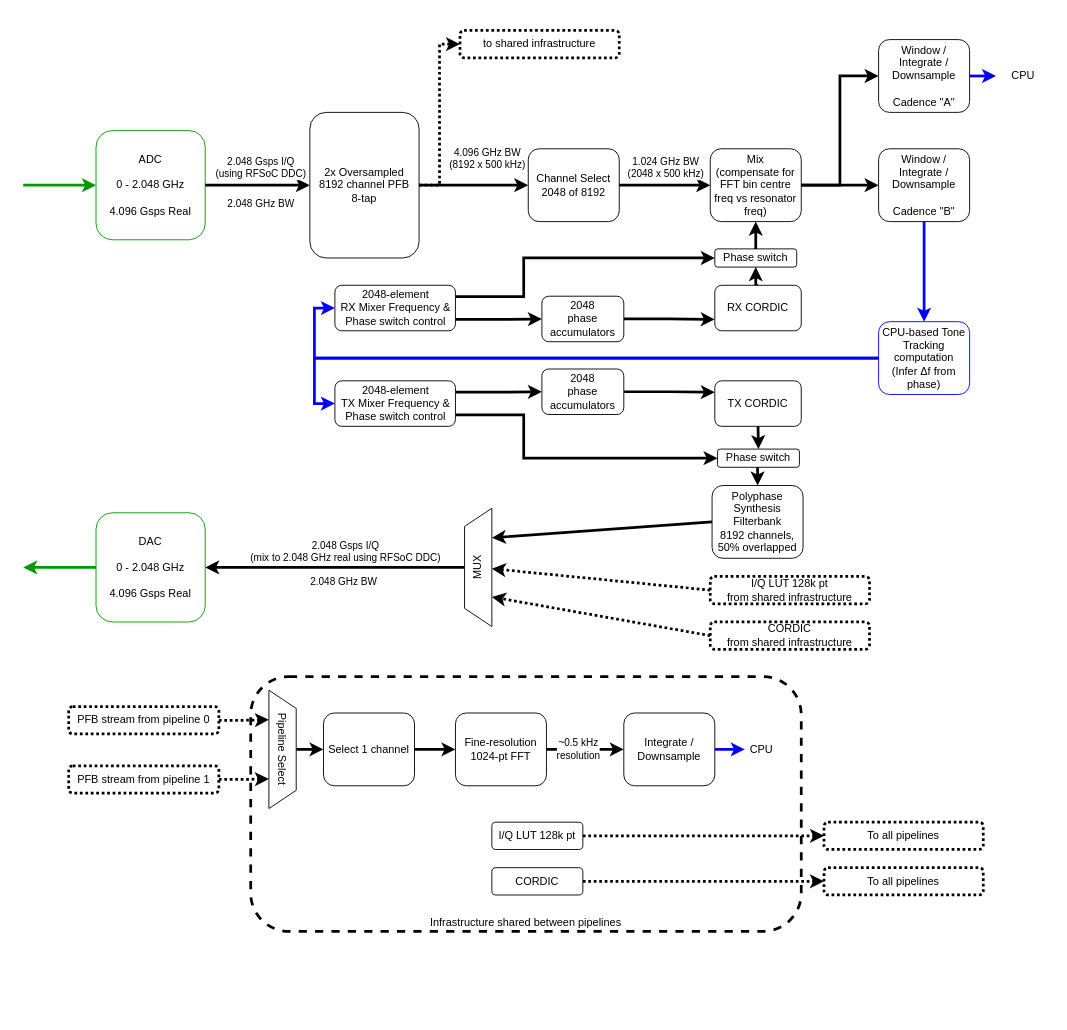
Above: docs/source/_static/figures/SOUK-readout-firmware-v7.drawio in realtimeradio/souk-firmware (draw.io), before the change. Source tidied: cells renumbered, new cells numbered last; positions are measured from the earlier drawing's top-left corner, leaving out a move shared by most shapes. Both pictures are drawn from the tidied source at 91%, with x=0, y=0 at pixel (23, 30).
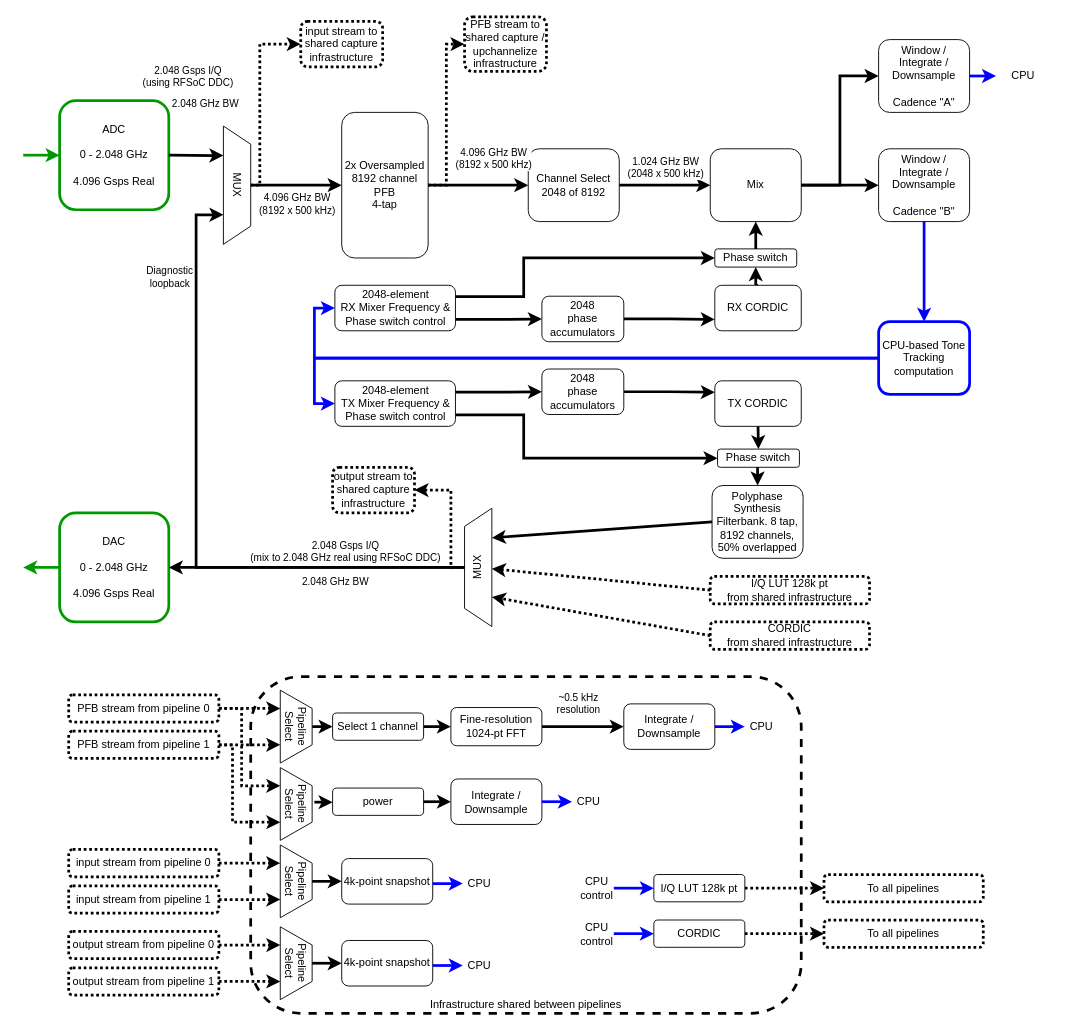
Above is the later version.

Commit message (it also covers changes not shown here):
Update pipeline block diagram

The change refers to these unchanged cells:
```xml
<mxCell id="45" value="MUX" style="shape=trapezoid;perimeter=trapezoidPerimeter;whiteSpace=wrap;html=1;fixedSize=1;rotation=-90;" parent="1" vertex="1">
  <mxGeometry x="435" y="575" width="130" height="30" as="geometry" />
</mxCell>
```

What changed in the source:
```diff
@@
     <mxCell id="2" value="&lt;div&gt;Infrastructure shared between pipelines&lt;/div&gt;" style="rounded=1;whiteSpace=wrap;html=1;strokeWidth=3;dashed=1;verticalAlign=bottom;" parent="1" vertex="1">
-      <mxGeometry x="250" y="710" width="605" height="280" as="geometry" />
+      <mxGeometry x="250" y="710" width="605" height="370" as="geometry" />
     </mxCell>
@@
-    <mxCell id="4" value="&lt;div&gt;2x Oversampled&lt;/div&gt;&lt;div&gt;8192 channel PFB&lt;/div&gt;&lt;div&gt;8-tap&lt;br&gt;&lt;/div&gt;" style="rounded=1;whiteSpace=wrap;html=1;" parent="1" vertex="1">
-      <mxGeometry x="315" y="90" width="120" height="160" as="geometry" />
+    <mxCell id="4" value="&lt;div&gt;2x Oversampled&lt;/div&gt;&lt;div&gt;8192 channel PFB&lt;/div&gt;&lt;div&gt;4-tap&lt;br&gt;&lt;/div&gt;" style="rounded=1;whiteSpace=wrap;html=1;" parent="1" vertex="1">
+      <mxGeometry x="350" y="90" width="95" height="160" as="geometry" />
     </mxCell>
@@
-    <mxCell id="6" value="&lt;div&gt;ADC&lt;/div&gt;&lt;div&gt;&lt;br&gt;&lt;/div&gt;&lt;div&gt;0 - 2.048 GHz&lt;/div&gt;&lt;div&gt;&lt;br&gt;&lt;/div&gt;&lt;div&gt;4.096 Gsps Real&lt;br&gt;&lt;/div&gt;" style="rounded=1;whiteSpace=wrap;html=1;strokeColor=#009900;" parent="1" vertex="1">
-      <mxGeometry x="80" y="110" width="120" height="120" as="geometry" />
+    <mxCell id="6" value="&lt;div&gt;ADC&lt;/div&gt;&lt;div&gt;&lt;br&gt;&lt;/div&gt;&lt;div&gt;0 - 2.048 GHz&lt;/div&gt;&lt;div&gt;&lt;br&gt;&lt;/div&gt;&lt;div&gt;4.096 Gsps Real&lt;br&gt;&lt;/div&gt;" style="rounded=1;whiteSpace=wrap;html=1;strokeColor=#009900;strokeWidth=3;" parent="1" vertex="1">
+      <mxGeometry x="40" y="77" width="120" height="120" as="geometry" />
     </mxCell>
-    <mxCell id="7" style="endArrow=classic;html=1;rounded=0;exitX=1;exitY=0.5;exitDx=0;exitDy=0;entryX=0;entryY=0.5;entryDx=0;entryDy=0;strokeWidth=3;" parent="1" edge="1" source="6" target="4">
+    <mxCell id="7" style="endArrow=classic;html=1;rounded=0;exitX=1;exitY=0.5;exitDx=0;exitDy=0;strokeWidth=3;entryX=0.25;entryY=1;entryDx=0;entryDy=0;" parent="1" edge="1" source="6" target="81">
       <mxGeometry relative="1" as="geometry" />
     </mxCell>
     <mxCell id="8" value="&lt;div&gt;2.048 Gsps I/Q&lt;/div&gt;&lt;div&gt;(using RFSoC DDC)&lt;br&gt;&lt;/div&gt;" style="edgeLabel;html=1;align=center;verticalAlign=middle;" parent="7" vertex="1">
       <mxGeometry x="-0.43" y="1" relative="1" as="geometry">
-        <mxPoint x="27" y="-19" as="offset" />
+        <mxPoint x="3" y="-86" as="offset" />
       </mxGeometry>
     </mxCell>
     <mxCell id="9" value="&lt;div&gt;2.048 GHz BW&lt;/div&gt;" style="edgeLabel;html=1;align=center;verticalAlign=middle;" parent="7" vertex="1">
       <mxGeometry x="0.5" relative="1" as="geometry">
-        <mxPoint x="-26" y="20" as="offset" />
+        <mxPoint x="-5" y="-57" as="offset" />
       </mxGeometry>
     </mxCell>
+    <mxCell id="76" value="&lt;div&gt;Diagnostic&lt;/div&gt;&lt;div&gt;loopback&lt;/div&gt;" style="edgeLabel;html=1;align=center;verticalAlign=middle;" parent="7" vertex="1">
+      <mxGeometry x="-0.43" y="1" relative="1" as="geometry">
+        <mxPoint x="-17" y="134" as="offset" />
+      </mxGeometry>
+    </mxCell>
@@
-    <mxCell id="13" value="&lt;div&gt;Mix&lt;/div&gt;&lt;div&gt;(compensate for FFT bin centre freq vs resonator freq)&lt;br&gt;&lt;/div&gt;" style="rounded=1;whiteSpace=wrap;html=1;" parent="1" vertex="1">
+    <mxCell id="13" value="&lt;div&gt;Mix&lt;/div&gt;" style="rounded=1;whiteSpace=wrap;html=1;" parent="1" vertex="1">
       <mxGeometry x="755" y="130" width="100" height="80" as="geometry" />
     </mxCell>
@@
-    <mxCell id="27" value="&lt;div&gt;DAC&lt;/div&gt;&lt;div&gt;&lt;br&gt;&lt;/div&gt;&lt;div&gt;0 - 2.048 GHz&lt;/div&gt;&lt;div&gt;&lt;br&gt;&lt;/div&gt;&lt;div&gt;4.096 Gsps Real&lt;br&gt;&lt;/div&gt;" style="rounded=1;whiteSpace=wrap;html=1;strokeColor=#009900;" parent="1" vertex="1">
-      <mxGeometry x="80" y="530" width="120" height="120" as="geometry" />
+    <mxCell id="27" value="&lt;div&gt;DAC&lt;/div&gt;&lt;div&gt;&lt;br&gt;&lt;/div&gt;&lt;div&gt;0 - 2.048 GHz&lt;/div&gt;&lt;div&gt;&lt;br&gt;&lt;/div&gt;&lt;div&gt;4.096 Gsps Real&lt;br&gt;&lt;/div&gt;" style="rounded=1;whiteSpace=wrap;html=1;strokeColor=#009900;strokeWidth=3;" parent="1" vertex="1">
+      <mxGeometry x="40" y="530" width="120" height="120" as="geometry" />
     </mxCell>
@@
-    <mxCell id="30" value="&lt;div&gt;CPU-based Tone Tracking computation&lt;/div&gt;&lt;div&gt;(Infer Δf from phase)&lt;br&gt;&lt;/div&gt;" style="rounded=1;whiteSpace=wrap;html=1;fillColor=none;strokeColor=#0000FF;" parent="1" vertex="1">
+    <mxCell id="30" value="&lt;div&gt;CPU-based Tone Tracking computation&lt;/div&gt;" style="rounded=1;whiteSpace=wrap;html=1;fillColor=none;strokeColor=#0000FF;strokeWidth=3;" parent="1" vertex="1">
       <mxGeometry x="940" y="320" width="100" height="80" as="geometry" />
     </mxCell>
@@
     <mxCell id="32" value="Select 1 channel" style="rounded=1;whiteSpace=wrap;html=1;strokeWidth=1;" parent="1" vertex="1">
-      <mxGeometry x="330" y="750" width="100" height="80" as="geometry" />
+      <mxGeometry x="340" y="750" width="100" height="30" as="geometry" />
     </mxCell>
     <mxCell id="33" value="&lt;div&gt;~0.5 kHz&lt;/div&gt;&lt;div&gt;resolution&lt;/div&gt;" style="edgeStyle=orthogonalEdgeStyle;rounded=0;jettySize=auto;html=1;exitX=1;exitY=0.5;exitDx=0;exitDy=0;strokeWidth=3;" parent="1" edge="1" source="34" target="36">
-      <mxGeometry x="-0.18" relative="1" as="geometry" />
+      <mxGeometry x="-0.11" y="25" relative="1" as="geometry" />
     </mxCell>
     <mxCell id="34" value="&lt;div&gt;Fine-resolution 1024-pt FFT&lt;br&gt;&lt;/div&gt;" style="rounded=1;whiteSpace=wrap;html=1;strokeWidth=1;" parent="1" vertex="1">
-      <mxGeometry x="475" y="750" width="100" height="80" as="geometry" />
+      <mxGeometry x="470" y="744" width="100" height="42" as="geometry" />
     </mxCell>
@@
     <mxCell id="36" value="Integrate / Downsample" style="rounded=1;whiteSpace=wrap;html=1;strokeWidth=1;" parent="1" vertex="1">
-      <mxGeometry x="660" y="750" width="100" height="80" as="geometry" />
+      <mxGeometry x="660" y="740" width="100" height="50" as="geometry" />
     </mxCell>
@@
-    <mxCell id="38" value="&lt;div&gt;Polyphase Synthesis Filterbank&lt;/div&gt;&lt;div&gt;8192 channels, 50% overlapped&lt;br&gt;&lt;/div&gt;" style="rounded=1;whiteSpace=wrap;html=1;" parent="1" vertex="1">
+    <mxCell id="38" value="&lt;div&gt;Polyphase Synthesis Filterbank. 8 tap,&lt;/div&gt;&lt;div&gt;8192 channels, 50% overlapped&lt;br&gt;&lt;/div&gt;" style="rounded=1;whiteSpace=wrap;html=1;" parent="1" vertex="1">
       <mxGeometry x="757" y="500" width="100" height="80" as="geometry" />
     </mxCell>
@@
     <mxCell id="47" style="endArrow=classic;html=1;rounded=0;entryX=0;entryY=0.5;entryDx=0;entryDy=0;strokeWidth=3;strokeColor=#009900;" parent="1" edge="1" target="6">
       <mxGeometry relative="1" as="geometry">
-        <mxPoint y="170" as="sourcePoint" />
+        <mxPoint y="137" as="sourcePoint" />
       </mxGeometry>
     </mxCell>
@@
     <mxCell id="51" value="I/Q LUT 128k pt" style="rounded=1;whiteSpace=wrap;html=1;strokeWidth=1;" parent="1" vertex="1">
-      <mxGeometry x="515" y="870" width="100" height="30" as="geometry" />
+      <mxGeometry x="693" y="927.5" width="100" height="30" as="geometry" />
     </mxCell>
@@
     <mxCell id="53" value="&lt;div&gt;CORDIC&lt;/div&gt;" style="rounded=1;whiteSpace=wrap;html=1;strokeWidth=1;" parent="1" vertex="1">
-      <mxGeometry x="515" y="920" width="100" height="30" as="geometry" />
+      <mxGeometry x="693" y="977.5" width="100" height="30" as="geometry" />
     </mxCell>
-    <mxCell id="54" value="&lt;div&gt;to shared infrastructure&lt;/div&gt;" style="rounded=1;whiteSpace=wrap;html=1;strokeWidth=3;dashed=1;dashPattern=1 1;" parent="1" vertex="1">
-      <mxGeometry x="480" width="175" height="30" as="geometry" />
+    <mxCell id="54" value="&lt;div&gt;PFB stream to shared capture / upchannelize infrastructure&lt;/div&gt;" style="rounded=1;whiteSpace=wrap;html=1;strokeWidth=3;dashed=1;dashPattern=1 1;" parent="1" vertex="1">
+      <mxGeometry x="485" y="-15" width="90" height="60" as="geometry" />
     </mxCell>
     <mxCell id="55" value="&lt;div&gt;To all pipelines&lt;/div&gt;" style="rounded=1;whiteSpace=wrap;html=1;strokeWidth=3;dashed=1;dashPattern=1 1;" parent="1" vertex="1">
-      <mxGeometry x="880" y="870" width="175" height="30" as="geometry" />
+      <mxGeometry x="880" y="927.5" width="175" height="30" as="geometry" />
     </mxCell>
     <mxCell id="56" value="&lt;div&gt;To all pipelines&lt;/div&gt;" style="rounded=1;whiteSpace=wrap;html=1;strokeWidth=3;dashed=1;dashPattern=1 1;" parent="1" vertex="1">
-      <mxGeometry x="880" y="920" width="175" height="30" as="geometry" />
+      <mxGeometry x="880" y="977.5" width="175" height="30" as="geometry" />
     </mxCell>
@@
     <mxCell id="58" value="&lt;div&gt;PFB stream from pipeline 0&lt;/div&gt;" style="rounded=1;whiteSpace=wrap;html=1;strokeWidth=3;dashed=1;dashPattern=1 1;" parent="1" vertex="1">
-      <mxGeometry x="50" y="743" width="165" height="30" as="geometry" />
+      <mxGeometry x="50" y="730" width="165" height="30" as="geometry" />
     </mxCell>
@@
     <mxCell id="60" value="&lt;div&gt;PFB stream from pipeline 1&lt;/div&gt;" style="rounded=1;whiteSpace=wrap;html=1;strokeWidth=3;dashed=1;dashPattern=1 1;" parent="1" vertex="1">
-      <mxGeometry x="50" y="808" width="165" height="30" as="geometry" />
+      <mxGeometry x="50" y="770" width="165" height="30" as="geometry" />
     </mxCell>
@@
     <mxCell id="62" value="Pipeline Select" style="shape=trapezoid;perimeter=trapezoidPerimeter;whiteSpace=wrap;html=1;fixedSize=1;rotation=90;strokeWidth=1;" parent="1" vertex="1">
-      <mxGeometry x="220" y="775" width="130" height="30" as="geometry" />
+      <mxGeometry x="260" y="747.5" width="80" height="35" as="geometry" />
     </mxCell>
@@
     <mxCell id="75" value="CPU" style="text;html=1;strokeColor=none;fillColor=none;align=center;verticalAlign=middle;whiteSpace=wrap;rounded=0;" parent="1" vertex="1">
-      <mxGeometry x="793" y="775" width="37" height="30" as="geometry" />
+      <mxGeometry x="793" y="750" width="37" height="30" as="geometry" />
     </mxCell>
+    <mxCell id="77" style="edgeStyle=orthogonalEdgeStyle;rounded=0;jettySize=auto;html=1;exitX=0.5;exitY=0;exitDx=0;exitDy=0;entryX=0;entryY=0.5;entryDx=0;entryDy=0;strokeWidth=3;dashed=1;dashPattern=1 1;" parent="1" edge="1" source="81" target="78">
+      <mxGeometry relative="1" as="geometry">
+        <Array as="points">
+          <mxPoint x="260" y="170" />
+          <mxPoint x="260" y="15" />
+          <mxPoint x="305" y="15" />
+        </Array>
+      </mxGeometry>
+    </mxCell>
+    <mxCell id="78" value="&lt;div&gt;input stream to shared capture infrastructure&lt;/div&gt;" style="rounded=1;whiteSpace=wrap;html=1;strokeWidth=3;dashed=1;dashPattern=1 1;" parent="1" vertex="1">
+      <mxGeometry x="305" y="-10" width="90" height="50" as="geometry" />
+    </mxCell>
+    <mxCell id="79" value="&lt;div&gt;output stream to shared capture infrastructure&lt;/div&gt;" style="rounded=1;whiteSpace=wrap;html=1;strokeWidth=3;dashed=1;dashPattern=1 1;" parent="1" vertex="1">
+      <mxGeometry x="340" y="480" width="90" height="50" as="geometry" />
+    </mxCell>
+    <mxCell id="80" style="edgeStyle=orthogonalEdgeStyle;rounded=0;jettySize=auto;html=1;exitX=0.5;exitY=0;exitDx=0;exitDy=0;entryX=1;entryY=0.5;entryDx=0;entryDy=0;strokeWidth=3;dashed=1;dashPattern=1 1;" parent="1" edge="1" source="45" target="79">
+      <mxGeometry relative="1" as="geometry">
+        <Array as="points">
+          <mxPoint x="470" y="590" />
+          <mxPoint x="470" y="505" />
+        </Array>
+      </mxGeometry>
+    </mxCell>
+    <mxCell id="81" value="MUX" style="shape=trapezoid;perimeter=trapezoidPerimeter;whiteSpace=wrap;html=1;fixedSize=1;rotation=90;" parent="1" vertex="1">
+      <mxGeometry x="170" y="155" width="130" height="30" as="geometry" />
+    </mxCell>
+    <mxCell id="82" style="endArrow=classic;html=1;rounded=0;entryX=0;entryY=0.5;entryDx=0;entryDy=0;strokeWidth=3;exitX=0.5;exitY=0;exitDx=0;exitDy=0;" parent="1" edge="1" source="81" target="4">
+      <mxGeometry relative="1" as="geometry" />
+    </mxCell>
+    <mxCell id="83" value="&lt;div&gt;4.096 GHz BW&lt;/div&gt;&lt;div&gt;(8192 x 500 kHz)&lt;br&gt;&lt;/div&gt;" style="edgeLabel;html=1;align=center;verticalAlign=middle;" parent="82" vertex="1">
+      <mxGeometry x="-0.33" y="4" relative="1" as="geometry">
+        <mxPoint x="16" y="24" as="offset" />
+      </mxGeometry>
+    </mxCell>
+    <mxCell id="84" style="edgeStyle=orthogonalEdgeStyle;rounded=0;jettySize=auto;html=1;exitX=0.5;exitY=0;exitDx=0;exitDy=0;entryX=0.75;entryY=1;entryDx=0;entryDy=0;strokeWidth=3;" parent="1" edge="1" source="45" target="81">
+      <mxGeometry relative="1" as="geometry">
+        <Array as="points">
+          <mxPoint x="190" y="590" />
+          <mxPoint x="190" y="203" />
+        </Array>
+      </mxGeometry>
+    </mxCell>
+    <mxCell id="85" value="CPU control" style="text;html=1;strokeColor=none;fillColor=none;align=center;verticalAlign=middle;whiteSpace=wrap;rounded=0;" parent="1" vertex="1">
+      <mxGeometry x="612" y="927.5" width="37" height="30" as="geometry" />
+    </mxCell>
+    <mxCell id="86" style="edgeStyle=orthogonalEdgeStyle;rounded=0;jettySize=auto;html=1;exitX=1;exitY=0.5;exitDx=0;exitDy=0;entryX=0;entryY=0.5;entryDx=0;entryDy=0;strokeWidth=3;strokeColor=#0000FF;" parent="1" edge="1" source="85" target="51">
+      <mxGeometry relative="1" as="geometry" />
+    </mxCell>
+    <mxCell id="87" value="CPU control" style="text;html=1;strokeColor=none;fillColor=none;align=center;verticalAlign=middle;whiteSpace=wrap;rounded=0;" parent="1" vertex="1">
+      <mxGeometry x="612" y="977.5" width="37" height="30" as="geometry" />
+    </mxCell>
+    <mxCell id="88" style="edgeStyle=orthogonalEdgeStyle;rounded=0;jettySize=auto;html=1;exitX=1;exitY=0.5;exitDx=0;exitDy=0;entryX=0;entryY=0.5;entryDx=0;entryDy=0;strokeWidth=3;strokeColor=#0000FF;" parent="1" edge="1" source="87" target="53">
+      <mxGeometry relative="1" as="geometry" />
+    </mxCell>
+    <mxCell id="89" value="Pipeline Select" style="shape=trapezoid;perimeter=trapezoidPerimeter;whiteSpace=wrap;html=1;fixedSize=1;rotation=90;strokeWidth=1;" parent="1" vertex="1">
+      <mxGeometry x="260" y="832.5" width="80" height="35" as="geometry" />
+    </mxCell>
+    <mxCell id="90" style="edgeStyle=orthogonalEdgeStyle;rounded=0;jettySize=auto;html=1;exitX=1;exitY=0.5;exitDx=0;exitDy=0;entryX=0.25;entryY=1;entryDx=0;entryDy=0;strokeWidth=3;dashed=1;dashPattern=1 1;" parent="1" edge="1" source="58" target="89">
+      <mxGeometry relative="1" as="geometry">
+        <Array as="points">
+          <mxPoint x="240" y="745" />
+          <mxPoint x="240" y="830" />
+        </Array>
+      </mxGeometry>
+    </mxCell>
+    <mxCell id="91" style="edgeStyle=orthogonalEdgeStyle;rounded=0;jettySize=auto;html=1;exitX=1;exitY=0.5;exitDx=0;exitDy=0;entryX=0.75;entryY=1;entryDx=0;entryDy=0;strokeWidth=3;dashed=1;dashPattern=1 1;" parent="1" edge="1" source="60" target="89">
+      <mxGeometry relative="1" as="geometry">
+        <Array as="points">
+          <mxPoint x="230" y="785" />
+          <mxPoint x="230" y="870" />
+        </Array>
+      </mxGeometry>
+    </mxCell>
+    <mxCell id="92" value="power" style="rounded=1;whiteSpace=wrap;html=1;strokeWidth=1;" parent="1" vertex="1">
+      <mxGeometry x="340" y="832.5" width="100" height="30" as="geometry" />
+    </mxCell>
+    <mxCell id="93" style="edgeStyle=orthogonalEdgeStyle;rounded=0;jettySize=auto;html=1;strokeWidth=3;entryX=0;entryY=0.5;entryDx=0;entryDy=0;" parent="1" edge="1" target="92">
+      <mxGeometry relative="1" as="geometry">
+        <mxPoint x="320" y="848" as="sourcePoint" />
+      </mxGeometry>
+    </mxCell>
+    <mxCell id="94" value="Integrate / Downsample" style="rounded=1;whiteSpace=wrap;html=1;strokeWidth=1;" parent="1" vertex="1">
+      <mxGeometry x="470" y="822.5" width="100" height="50" as="geometry" />
+    </mxCell>
+    <mxCell id="95" style="edgeStyle=orthogonalEdgeStyle;rounded=0;jettySize=auto;html=1;exitX=1;exitY=0.5;exitDx=0;exitDy=0;strokeWidth=3;entryX=0;entryY=0.5;entryDx=0;entryDy=0;" parent="1" edge="1" source="92" target="94">
+      <mxGeometry relative="1" as="geometry" />
+    </mxCell>
+    <mxCell id="96" style="edgeStyle=orthogonalEdgeStyle;rounded=0;jettySize=auto;html=1;exitX=1;exitY=0.5;exitDx=0;exitDy=0;entryX=0;entryY=0.5;entryDx=0;entryDy=0;strokeWidth=3;strokeColor=#0000FF;" parent="1" edge="1" target="97">
+      <mxGeometry relative="1" as="geometry">
+        <mxPoint x="570" y="847.5" as="sourcePoint" />
+      </mxGeometry>
+    </mxCell>
+    <mxCell id="97" value="CPU" style="text;html=1;strokeColor=none;fillColor=none;align=center;verticalAlign=middle;whiteSpace=wrap;rounded=0;" parent="1" vertex="1">
+      <mxGeometry x="603" y="832.5" width="37" height="30" as="geometry" />
+    </mxCell>
+    <mxCell id="98" value="Pipeline Select" style="shape=trapezoid;perimeter=trapezoidPerimeter;whiteSpace=wrap;html=1;fixedSize=1;rotation=90;strokeWidth=1;" parent="1" vertex="1">
+      <mxGeometry x="260" y="917.5" width="80" height="35" as="geometry" />
+    </mxCell>
+    <mxCell id="99" value="&lt;div&gt;input stream from pipeline 0&lt;/div&gt;" style="rounded=1;whiteSpace=wrap;html=1;strokeWidth=3;dashed=1;dashPattern=1 1;" parent="1" vertex="1">
+      <mxGeometry x="50" y="900" width="165" height="30" as="geometry" />
+    </mxCell>
+    <mxCell id="100" style="edgeStyle=orthogonalEdgeStyle;rounded=0;jettySize=auto;html=1;exitX=1;exitY=0.5;exitDx=0;exitDy=0;entryX=0.25;entryY=1;entryDx=0;entryDy=0;strokeWidth=3;dashed=1;dashPattern=1 1;" parent="1" edge="1" source="99" target="98">
+      <mxGeometry relative="1" as="geometry" />
+    </mxCell>
+    <mxCell id="101" value="&lt;div&gt;input stream from pipeline 1&lt;/div&gt;" style="rounded=1;whiteSpace=wrap;html=1;strokeWidth=3;dashed=1;dashPattern=1 1;" parent="1" vertex="1">
+      <mxGeometry x="50" y="940" width="165" height="30" as="geometry" />
+    </mxCell>
+    <mxCell id="102" style="edgeStyle=orthogonalEdgeStyle;rounded=0;jettySize=auto;html=1;exitX=1;exitY=0.5;exitDx=0;exitDy=0;entryX=0.75;entryY=1;entryDx=0;entryDy=0;strokeWidth=3;dashed=1;dashPattern=1 1;" parent="1" edge="1" source="101" target="98">
+      <mxGeometry relative="1" as="geometry" />
+    </mxCell>
+    <mxCell id="103" value="4k-point snapshot" style="rounded=1;whiteSpace=wrap;html=1;strokeWidth=1;" parent="1" vertex="1">
+      <mxGeometry x="350" y="910" width="100" height="50" as="geometry" />
+    </mxCell>
+    <mxCell id="104" style="edgeStyle=orthogonalEdgeStyle;rounded=0;jettySize=auto;html=1;exitX=0.5;exitY=0;exitDx=0;exitDy=0;strokeWidth=3;entryX=0;entryY=0.5;entryDx=0;entryDy=0;" parent="1" edge="1" source="98" target="103">
+      <mxGeometry relative="1" as="geometry" />
+    </mxCell>
+    <mxCell id="105" style="edgeStyle=orthogonalEdgeStyle;rounded=0;jettySize=auto;html=1;exitX=1;exitY=0.5;exitDx=0;exitDy=0;entryX=0;entryY=0.5;entryDx=0;entryDy=0;strokeWidth=3;strokeColor=#0000FF;" parent="1" edge="1" target="106">
+      <mxGeometry relative="1" as="geometry">
+        <mxPoint x="450" y="937.5" as="sourcePoint" />
+      </mxGeometry>
+    </mxCell>
+    <mxCell id="106" value="CPU" style="text;html=1;strokeColor=none;fillColor=none;align=center;verticalAlign=middle;whiteSpace=wrap;rounded=0;" parent="1" vertex="1">
+      <mxGeometry x="483" y="922.5" width="37" height="30" as="geometry" />
+    </mxCell>
+    <mxCell id="107" value="Pipeline Select" style="shape=trapezoid;perimeter=trapezoidPerimeter;whiteSpace=wrap;html=1;fixedSize=1;rotation=90;strokeWidth=1;" parent="1" vertex="1">
+      <mxGeometry x="260" y="1007.5" width="80" height="35" as="geometry" />
+    </mxCell>
+    <mxCell id="108" value="&lt;div&gt;output stream from pipeline 0&lt;/div&gt;" style="rounded=1;whiteSpace=wrap;html=1;strokeWidth=3;dashed=1;dashPattern=1 1;" parent="1" vertex="1">
+      <mxGeometry x="50" y="990" width="165" height="30" as="geometry" />
+    </mxCell>
+    <mxCell id="109" style="edgeStyle=orthogonalEdgeStyle;rounded=0;jettySize=auto;html=1;exitX=1;exitY=0.5;exitDx=0;exitDy=0;entryX=0.25;entryY=1;entryDx=0;entryDy=0;strokeWidth=3;dashed=1;dashPattern=1 1;" parent="1" edge="1" source="108" target="107">
+      <mxGeometry relative="1" as="geometry" />
+    </mxCell>
+    <mxCell id="110" value="&lt;div&gt;output stream from pipeline 1&lt;/div&gt;" style="rounded=1;whiteSpace=wrap;html=1;strokeWidth=3;dashed=1;dashPattern=1 1;" parent="1" vertex="1">
+      <mxGeometry x="50" y="1030" width="165" height="30" as="geometry" />
+    </mxCell>
+    <mxCell id="111" style="edgeStyle=orthogonalEdgeStyle;rounded=0;jettySize=auto;html=1;exitX=1;exitY=0.5;exitDx=0;exitDy=0;entryX=0.75;entryY=1;entryDx=0;entryDy=0;strokeWidth=3;dashed=1;dashPattern=1 1;" parent="1" edge="1" source="110" target="107">
+      <mxGeometry relative="1" as="geometry" />
+    </mxCell>
+    <mxCell id="112" value="4k-point snapshot" style="rounded=1;whiteSpace=wrap;html=1;strokeWidth=1;" parent="1" vertex="1">
+      <mxGeometry x="350" y="1000" width="100" height="50" as="geometry" />
+    </mxCell>
+    <mxCell id="113" style="edgeStyle=orthogonalEdgeStyle;rounded=0;jettySize=auto;html=1;exitX=0.5;exitY=0;exitDx=0;exitDy=0;strokeWidth=3;entryX=0;entryY=0.5;entryDx=0;entryDy=0;" parent="1" edge="1" source="107" target="112">
+      <mxGeometry relative="1" as="geometry" />
+    </mxCell>
+    <mxCell id="114" style="edgeStyle=orthogonalEdgeStyle;rounded=0;jettySize=auto;html=1;exitX=1;exitY=0.5;exitDx=0;exitDy=0;entryX=0;entryY=0.5;entryDx=0;entryDy=0;strokeWidth=3;strokeColor=#0000FF;" parent="1" edge="1" target="115">
+      <mxGeometry relative="1" as="geometry">
+        <mxPoint x="450" y="1027.5" as="sourcePoint" />
+      </mxGeometry>
+    </mxCell>
+    <mxCell id="115" value="CPU" style="text;html=1;strokeColor=none;fillColor=none;align=center;verticalAlign=middle;whiteSpace=wrap;rounded=0;" parent="1" vertex="1">
+      <mxGeometry x="483" y="1012.5" width="37" height="30" as="geometry" />
+    </mxCell>
```
